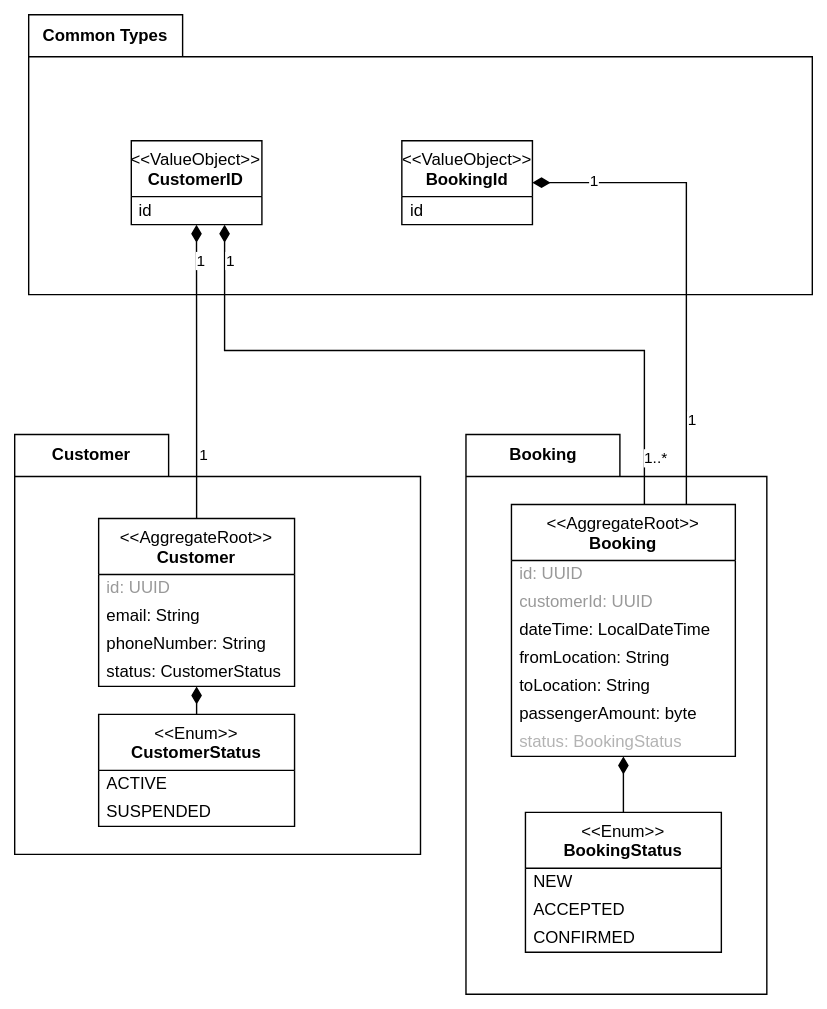
Earlier version of the draw.io export docs/ddd-domain-model.drawio.svg (Quintor/hexagonal-architecture-workshop). Source tidied: cells renumbered, new cells last; positions are measured from the earlier drawing's top-left corner, leaving out a move shared by most shapes.
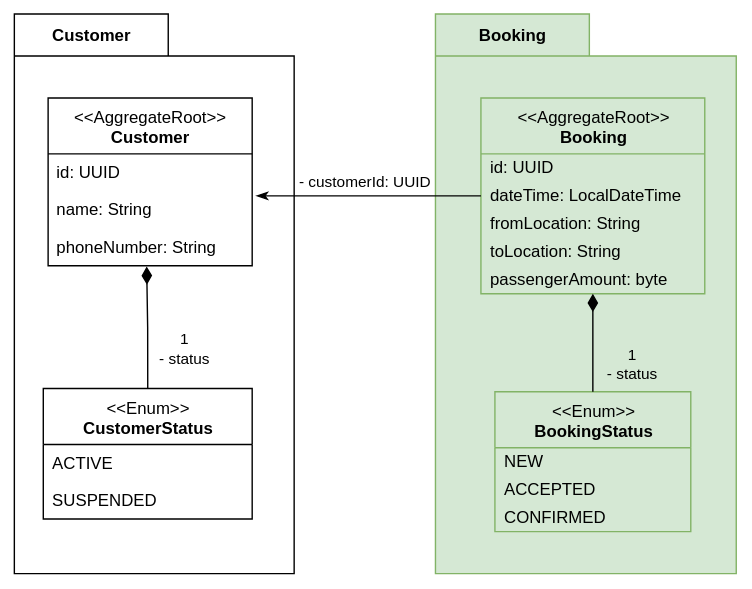
After the commit.

Diff of the diagram source:
```diff
@@ -2,109 +2,70 @@
   <root>
     <mxCell id="0" />
     <mxCell id="1" parent="0" />
-    <mxCell id="2" value="Common Types" style="shape=folder;fontStyle=1;tabWidth=110;tabHeight=30;tabPosition=left;html=1;boundedLbl=1;labelInHeader=1;whiteSpace=wrap;" parent="1" vertex="1">
-      <mxGeometry x="10" width="560" height="200" as="geometry" />
-    </mxCell>
-    <mxCell id="3" style="html=1;strokeColor=none;fillColor=none;whiteSpace=wrap;" parent="2" vertex="1">
-      <mxGeometry width="560" height="140" relative="1" as="geometry">
-        <mxPoint y="30" as="offset" />
-      </mxGeometry>
-    </mxCell>
-    <mxCell id="4" value="&amp;lt;&amp;lt;ValueObject&amp;gt;&amp;gt;&lt;br&gt;&lt;b&gt;CustomerID&lt;/b&gt;" style="swimlane;fontStyle=0;align=center;verticalAlign=top;horizontal=1;startSize=40;html=1;whiteSpace=wrap;" parent="2" vertex="1">
-      <mxGeometry x="73.3" y="90" width="93.3" height="60" as="geometry" />
-    </mxCell>
-    <mxCell id="5" value="id" style="text;html=1;strokeColor=none;fillColor=none;align=left;verticalAlign=middle;spacingLeft=4;spacingRight=4;overflow=hidden;whiteSpace=wrap;" parent="4" vertex="1">
-      <mxGeometry y="40" width="93.3" height="20" as="geometry" />
-    </mxCell>
-    <mxCell id="6" value="&amp;lt;&amp;lt;ValueObject&amp;gt;&amp;gt;&lt;br&gt;&lt;b&gt;BookingId&lt;/b&gt;" style="swimlane;fontStyle=0;align=center;verticalAlign=top;horizontal=1;startSize=40;html=1;whiteSpace=wrap;" parent="2" vertex="1">
-      <mxGeometry x="266.7" y="90" width="93.3" height="60" as="geometry" />
-    </mxCell>
-    <mxCell id="7" value="id" style="text;html=1;strokeColor=none;fillColor=none;align=left;verticalAlign=middle;spacingLeft=4;spacingRight=4;overflow=hidden;whiteSpace=wrap;" parent="6" vertex="1">
-      <mxGeometry y="40" width="93.3" height="20" as="geometry" />
-    </mxCell>
     <mxCell id="8" value="Customer" style="shape=folder;fontStyle=1;tabWidth=110;tabHeight=30;tabPosition=left;html=1;boundedLbl=1;labelInHeader=1;whiteSpace=wrap;" parent="1" vertex="1">
-      <mxGeometry y="300" width="290" height="300" as="geometry" />
+      <mxGeometry y="300" width="200" height="400" as="geometry" />
     </mxCell>
     <mxCell id="9" style="html=1;strokeColor=none;fillColor=none;whiteSpace=wrap;" parent="8" vertex="1">
-      <mxGeometry width="290" height="210" relative="1" as="geometry">
+      <mxGeometry width="200" height="280" relative="1" as="geometry">
         <mxPoint y="30" as="offset" />
       </mxGeometry>
     </mxCell>
     <mxCell id="10" value="&amp;lt;&amp;lt;AggregateRoot&amp;gt;&amp;gt;&lt;br&gt;&lt;b&gt;Customer&lt;/b&gt;" style="swimlane;fontStyle=0;align=center;verticalAlign=top;horizontal=1;startSize=40;html=1;whiteSpace=wrap;" parent="8" vertex="1">
-      <mxGeometry x="60" y="60" width="140" height="120" as="geometry" />
+      <mxGeometry x="24.1" y="60" width="145.9" height="120" as="geometry" />
     </mxCell>
-    <mxCell id="11" value="id&lt;span style=&quot;white-space: pre;&quot;&gt;: UUID&#9;&lt;/span&gt;&lt;span style=&quot;white-space: pre;&quot;&gt;&#9;&lt;/span&gt;" style="text;html=1;align=left;verticalAlign=middle;spacingLeft=4;spacingRight=4;overflow=hidden;points=[[0,0.5],[1,0.5]];portConstraint=eastwest;whiteSpace=wrap;fontColor=#999999;" parent="10" vertex="1">
-      <mxGeometry y="40" width="140" height="20" as="geometry" />
+    <mxCell id="11" value="&lt;span style=&quot;color: rgb(0, 0, 0);&quot;&gt;id&lt;span style=&quot;white-space: pre;&quot;&gt;: UUID&#9;&lt;/span&gt;&lt;span style=&quot;white-space: pre;&quot;&gt;&#9;&lt;/span&gt;&lt;/span&gt;" style="text;html=1;align=left;verticalAlign=middle;spacingLeft=4;spacingRight=4;overflow=hidden;points=[[0,0.5],[1,0.5]];portConstraint=eastwest;whiteSpace=wrap;fontColor=#999999;" parent="10" vertex="1">
+      <mxGeometry y="40" width="145.9" height="26.7" as="geometry" />
     </mxCell>
-    <mxCell id="12" value="email&lt;span style=&quot;white-space: pre;&quot;&gt;: String&#9;&lt;/span&gt;&lt;span style=&quot;white-space: pre;&quot;&gt;&#9;&lt;/span&gt;" style="text;html=1;strokeColor=none;fillColor=none;align=left;verticalAlign=middle;spacingLeft=4;spacingRight=4;overflow=hidden;whiteSpace=wrap;" parent="10" vertex="1">
-      <mxGeometry y="60" width="140" height="20" as="geometry" />
+    <mxCell id="12" value="name&lt;span style=&quot;white-space: pre;&quot;&gt;: String&#9;&lt;/span&gt;&lt;span style=&quot;white-space: pre;&quot;&gt;&#9;&lt;/span&gt;" style="text;html=1;strokeColor=none;fillColor=none;align=left;verticalAlign=middle;spacingLeft=4;spacingRight=4;overflow=hidden;whiteSpace=wrap;" parent="10" vertex="1">
+      <mxGeometry y="66.7" width="145.9" height="26.7" as="geometry" />
     </mxCell>
     <mxCell id="13" value="phoneNumber: String" style="text;html=1;strokeColor=none;fillColor=none;align=left;verticalAlign=middle;spacingLeft=4;spacingRight=4;overflow=hidden;points=[[0,0.5],[1,0.5]];portConstraint=eastwest;whiteSpace=wrap;" parent="10" vertex="1">
-      <mxGeometry y="80" width="140" height="20" as="geometry" />
+      <mxGeometry y="93.3" width="145.9" height="26.7" as="geometry" />
     </mxCell>
-    <mxCell id="14" value="status: CustomerStatus" style="text;html=1;strokeColor=none;fillColor=none;align=left;verticalAlign=middle;spacingLeft=4;spacingRight=4;overflow=hidden;whiteSpace=wrap;" parent="10" vertex="1">
-      <mxGeometry y="100" width="140" height="20" as="geometry" />
-    </mxCell>
     <mxCell id="15" value="&amp;lt;&amp;lt;Enum&amp;gt;&amp;gt;&lt;br&gt;&lt;b&gt;CustomerStatus&lt;/b&gt;" style="swimlane;fontStyle=0;align=center;verticalAlign=top;horizontal=1;startSize=40;html=1;whiteSpace=wrap;" parent="8" vertex="1">
-      <mxGeometry x="60" y="200" width="140" height="80" as="geometry" />
+      <mxGeometry x="20.7" y="267.7" width="149.3" height="93.3" as="geometry" />
     </mxCell>
     <mxCell id="16" value="ACTIVE" style="text;html=1;strokeColor=none;fillColor=none;align=left;verticalAlign=middle;spacingLeft=4;spacingRight=4;overflow=hidden;whiteSpace=wrap;" parent="15" vertex="1">
-      <mxGeometry y="40" width="140" height="20" as="geometry" />
+      <mxGeometry y="40" width="149.3" height="26.7" as="geometry" />
     </mxCell>
     <mxCell id="17" value="SUSPENDED" style="text;html=1;strokeColor=none;fillColor=none;align=left;verticalAlign=middle;spacingLeft=4;spacingRight=4;overflow=hidden;whiteSpace=wrap;" parent="15" vertex="1">
-      <mxGeometry y="60" width="140" height="20" as="geometry" />
+      <mxGeometry y="66.7" width="149.3" height="26.7" as="geometry" />
     </mxCell>
-    <mxCell id="18" style="edgeStyle=orthogonalEdgeStyle;rounded=0;jettySize=auto;html=1;endArrow=diamondThin;endFill=1;strokeWidth=1;endSize=10;exitX=0.5;exitY=0;exitDx=0;exitDy=0;" parent="8" edge="1" source="15">
-      <mxGeometry relative="1" as="geometry">
-        <mxPoint x="130" y="180" as="targetPoint" />
-      </mxGeometry>
+    <mxCell id="18" style="edgeStyle=orthogonalEdgeStyle;rounded=0;jettySize=auto;html=1;endArrow=diamondThin;endFill=1;strokeWidth=1;endSize=10;exitX=0.5;exitY=0;exitDx=0;exitDy=0;entryX=0.483;entryY=1.02;entryDx=0;entryDy=0;entryPerimeter=0;" parent="8" edge="1" source="15" target="13">
+      <mxGeometry relative="1" as="geometry" />
     </mxCell>
-    <mxCell id="19" style="edgeStyle=orthogonalEdgeStyle;rounded=0;jettySize=auto;html=1;endArrow=diamondThin;endFill=1;strokeWidth=1;endSize=10;" parent="1" edge="1" source="10" target="4">
-      <mxGeometry relative="1" as="geometry" />
-    </mxCell>
-    <mxCell id="20" value="1" style="edgeLabel;html=1;align=center;verticalAlign=middle;" parent="19" vertex="1">
-      <mxGeometry x="0.75" y="-1" relative="1" as="geometry">
-        <mxPoint x="2" as="offset" />
-      </mxGeometry>
-    </mxCell>
-    <mxCell id="21" value="1" style="edgeLabel;html=1;align=center;verticalAlign=middle;" parent="19" vertex="1">
-      <mxGeometry x="-0.63" relative="1" as="geometry">
-        <mxPoint x="5" y="-6" as="offset" />
-      </mxGeometry>
-    </mxCell>
+    <mxCell id="43" value="1&lt;br&gt;- status" style="edgeLabel;html=1;align=center;verticalAlign=middle;" parent="18" vertex="1">
+      <mxGeometry x="-0.5" y="1" relative="1" as="geometry">
+        <mxPoint x="26" y="-7" as="offset" />
+      </mxGeometry>
+    </mxCell>
-    <mxCell id="22" value="Booking" style="shape=folder;fontStyle=1;tabWidth=110;tabHeight=30;tabPosition=left;html=1;boundedLbl=1;labelInHeader=1;whiteSpace=wrap;" parent="1" vertex="1">
-      <mxGeometry x="322.5" y="300" width="215" height="400" as="geometry" />
+    <mxCell id="22" value="Booking" style="shape=folder;fontStyle=1;tabWidth=110;tabHeight=30;tabPosition=left;html=1;boundedLbl=1;labelInHeader=1;whiteSpace=wrap;fillColor=#d5e8d4;strokeColor=#82b366;" parent="1" vertex="1">
+      <mxGeometry x="301" y="300" width="215" height="400" as="geometry" />
     </mxCell>
     <mxCell id="23" style="html=1;strokeColor=none;fillColor=none;whiteSpace=wrap;" parent="22" vertex="1">
       <mxGeometry width="215" height="280" relative="1" as="geometry">
         <mxPoint y="30" as="offset" />
       </mxGeometry>
     </mxCell>
-    <mxCell id="24" value="&amp;lt;&amp;lt;AggregateRoot&amp;gt;&amp;gt;&lt;br&gt;&lt;b&gt;Booking&lt;/b&gt;" style="swimlane;fontStyle=0;align=center;verticalAlign=top;horizontal=1;startSize=40;html=1;whiteSpace=wrap;" parent="22" vertex="1">
-      <mxGeometry x="32.5" y="50" width="160" height="180" as="geometry" />
+    <mxCell id="24" value="&amp;lt;&amp;lt;AggregateRoot&amp;gt;&amp;gt;&lt;br&gt;&lt;b&gt;Booking&lt;/b&gt;" style="swimlane;fontStyle=0;align=center;verticalAlign=top;horizontal=1;startSize=40;html=1;whiteSpace=wrap;fillColor=#d5e8d4;strokeColor=#82b366;" parent="22" vertex="1">
+      <mxGeometry x="32.5" y="60" width="160" height="140" as="geometry" />
     </mxCell>
-    <mxCell id="25" value="id&lt;span style=&quot;white-space: pre;&quot;&gt;: UUID&#9;&lt;/span&gt;&lt;span style=&quot;white-space: pre;&quot;&gt;&#9;&lt;/span&gt;" style="text;html=1;strokeColor=none;fillColor=none;align=left;verticalAlign=middle;spacingLeft=4;spacingRight=4;overflow=hidden;whiteSpace=wrap;fontColor=#999999;" parent="24" vertex="1">
+    <mxCell id="25" value="&lt;span style=&quot;color: rgb(0, 0, 0);&quot;&gt;id&lt;span style=&quot;white-space: pre;&quot;&gt;: UUID&#9;&lt;/span&gt;&lt;span style=&quot;white-space: pre;&quot;&gt;&#9;&lt;/span&gt;&lt;/span&gt;" style="text;html=1;strokeColor=none;fillColor=none;align=left;verticalAlign=middle;spacingLeft=4;spacingRight=4;overflow=hidden;whiteSpace=wrap;fontColor=#999999;" parent="24" vertex="1">
       <mxGeometry y="40" width="160" height="20" as="geometry" />
     </mxCell>
-    <mxCell id="26" value="customerId&lt;span style=&quot;white-space: pre;&quot;&gt;: UUID&#9;&lt;/span&gt;&lt;span style=&quot;white-space: pre;&quot;&gt;&#9;&lt;/span&gt;" style="text;html=1;strokeColor=none;fillColor=none;align=left;verticalAlign=middle;spacingLeft=4;spacingRight=4;overflow=hidden;whiteSpace=wrap;fontColor=#999999;" parent="24" vertex="1">
-      <mxGeometry y="60" width="160" height="20" as="geometry" />
-    </mxCell>
     <mxCell id="27" value="dateTime: LocalDateTime" style="text;html=1;strokeColor=none;fillColor=none;align=left;verticalAlign=middle;spacingLeft=4;spacingRight=4;overflow=hidden;points=[[0,0.5],[1,0.5]];portConstraint=eastwest;whiteSpace=wrap;" parent="24" vertex="1">
-      <mxGeometry y="80" width="160" height="20" as="geometry" />
+      <mxGeometry y="60" width="160" height="20" as="geometry" />
     </mxCell>
     <mxCell id="28" value="fromLocation: String" style="text;html=1;strokeColor=none;fillColor=none;align=left;verticalAlign=middle;spacingLeft=4;spacingRight=4;overflow=hidden;whiteSpace=wrap;" parent="24" vertex="1">
-      <mxGeometry y="100" width="160" height="20" as="geometry" />
+      <mxGeometry y="80" width="160" height="20" as="geometry" />
     </mxCell>
     <mxCell id="29" value="toLocation: String" style="text;html=1;strokeColor=none;fillColor=none;align=left;verticalAlign=middle;spacingLeft=4;spacingRight=4;overflow=hidden;whiteSpace=wrap;" parent="24" vertex="1">
-      <mxGeometry y="120" width="160" height="20" as="geometry" />
+      <mxGeometry y="100" width="160" height="20" as="geometry" />
     </mxCell>
     <mxCell id="30" value="passengerAmount: byte" style="text;html=1;strokeColor=none;fillColor=none;align=left;verticalAlign=middle;spacingLeft=4;spacingRight=4;overflow=hidden;whiteSpace=wrap;" parent="24" vertex="1">
-      <mxGeometry y="140" width="160" height="20" as="geometry" />
+      <mxGeometry y="120" width="160" height="20" as="geometry" />
     </mxCell>
-    <mxCell id="31" value="&lt;span style=&quot;color: rgb(179, 179, 179);&quot;&gt;status: BookingStatus&lt;/span&gt;" style="text;html=1;strokeColor=none;fillColor=none;align=left;verticalAlign=middle;spacingLeft=4;spacingRight=4;overflow=hidden;whiteSpace=wrap;" parent="24" vertex="1">
-      <mxGeometry y="160" width="160" height="20" as="geometry" />
-    </mxCell>
-    <mxCell id="32" value="&amp;lt;&amp;lt;Enum&amp;gt;&amp;gt;&lt;br&gt;&lt;b&gt;BookingStatus&lt;/b&gt;" style="swimlane;fontStyle=0;align=center;verticalAlign=top;horizontal=1;startSize=40;html=1;whiteSpace=wrap;" parent="22" vertex="1">
+    <mxCell id="32" value="&amp;lt;&amp;lt;Enum&amp;gt;&amp;gt;&lt;br&gt;&lt;b&gt;BookingStatus&lt;/b&gt;" style="swimlane;fontStyle=0;align=center;verticalAlign=top;horizontal=1;startSize=40;html=1;whiteSpace=wrap;fillColor=#d5e8d4;strokeColor=#82b366;" parent="22" vertex="1">
       <mxGeometry x="42.5" y="270" width="140" height="100" as="geometry" />
     </mxCell>
     <mxCell id="33" value="NEW" style="text;html=1;strokeColor=none;fillColor=none;align=left;verticalAlign=middle;spacingLeft=4;spacingRight=4;overflow=hidden;whiteSpace=wrap;" parent="32" vertex="1">
@@ -119,41 +80,16 @@
     <mxCell id="36" style="edgeStyle=orthogonalEdgeStyle;rounded=0;jettySize=auto;html=1;endArrow=diamondThin;endFill=1;strokeWidth=1;endSize=10;" parent="22" edge="1" source="32" target="24">
       <mxGeometry relative="1" as="geometry" />
     </mxCell>
-    <mxCell id="37" style="edgeStyle=orthogonalEdgeStyle;rounded=0;jettySize=auto;html=1;endArrow=diamondThin;endFill=1;endSize=10;" parent="1" edge="1" source="24" target="4">
-      <mxGeometry relative="1" as="geometry">
-        <Array as="points">
-          <mxPoint x="450" y="240" />
-          <mxPoint x="150" y="240" />
-        </Array>
-      </mxGeometry>
-    </mxCell>
-    <mxCell id="38" value="1..*" style="edgeLabel;html=1;align=center;verticalAlign=middle;" parent="37" vertex="1">
-      <mxGeometry x="-0.88" y="-2" relative="1" as="geometry">
-        <mxPoint x="6" y="-3" as="offset" />
-      </mxGeometry>
-    </mxCell>
-    <mxCell id="39" value="1" style="edgeLabel;html=1;align=center;verticalAlign=middle;" parent="37" vertex="1">
-      <mxGeometry x="0.9" relative="1" as="geometry">
-        <mxPoint x="4" as="offset" />
-      </mxGeometry>
-    </mxCell>
-    <mxCell id="40" style="edgeStyle=orthogonalEdgeStyle;rounded=0;jettySize=auto;html=1;endArrow=diamondThin;endFill=1;endSize=10;" parent="1" edge="1" source="24" target="6">
-      <mxGeometry relative="1" as="geometry">
-        <Array as="points">
-          <mxPoint x="480" y="250" />
-          <mxPoint x="480" y="250" />
-        </Array>
-      </mxGeometry>
-    </mxCell>
-    <mxCell id="41" value="1" style="edgeLabel;html=1;align=center;verticalAlign=middle;" parent="40" vertex="1">
-      <mxGeometry x="0.75" y="-2" relative="1" as="geometry">
-        <mxPoint x="1" y="1" as="offset" />
-      </mxGeometry>
-    </mxCell>
-    <mxCell id="42" value="1" style="edgeLabel;html=1;align=center;verticalAlign=middle;" parent="40" vertex="1">
-      <mxGeometry x="-0.64" y="-1" relative="1" as="geometry">
-        <mxPoint x="3" as="offset" />
-      </mxGeometry>
-    </mxCell>
+    <mxCell id="44" value="1&lt;br&gt;- status" style="edgeLabel;html=1;align=center;verticalAlign=middle;labelBackgroundColor=none;" parent="22" vertex="1">
+      <mxGeometry x="140" y="250" as="geometry" />
+    </mxCell>
+    <mxCell id="45" style="edgeStyle=orthogonalEdgeStyle;rounded=0;jettySize=auto;html=1;exitX=1.018;exitY=1.124;exitDx=0;exitDy=0;exitPerimeter=0;startArrow=classicThin;startFill=1;endArrow=none;endFill=0;" parent="1" edge="1" source="11" target="27">
+      <mxGeometry relative="1" as="geometry" />
+    </mxCell>
+    <mxCell id="46" value="- customerId: UUID" style="edgeLabel;html=1;align=center;verticalAlign=middle;" parent="45" vertex="1">
+      <mxGeometry x="-0.41" y="1" relative="1" as="geometry">
+        <mxPoint x="30" y="-9" as="offset" />
+      </mxGeometry>
+    </mxCell>
   </root>
 </mxGraphModel>
```
